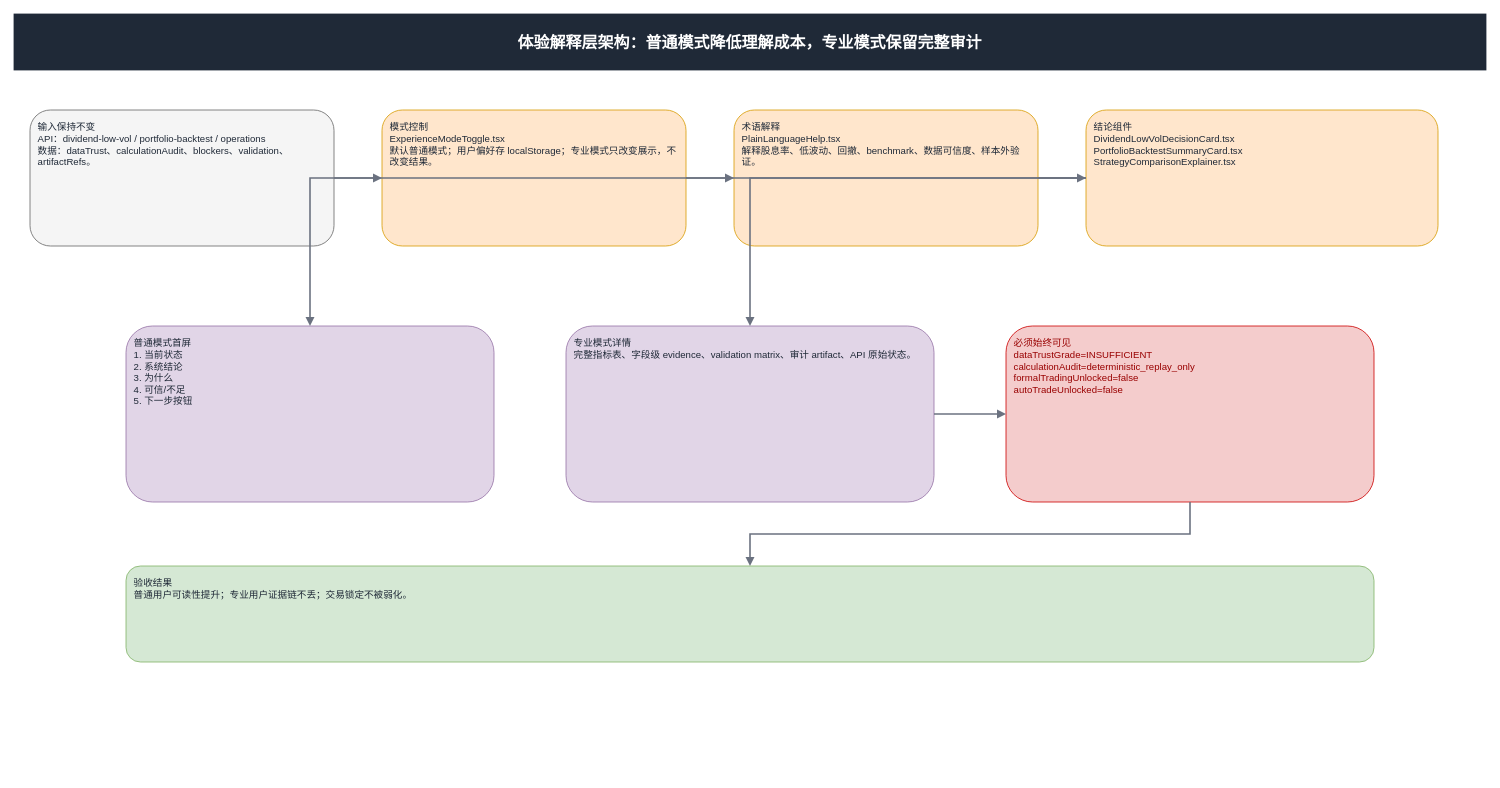
Earlier version of the draw.io diagram page "03 体验解释层架构" (3 of 8) of docs/target-architecture-gap.drawio (ljx418/FAMS). Source tidied: cells renumbered, new cells numbered last; positions are measured from the earlier drawing's top-left corner, leaving out a move shared by most shapes. Both pictures are drawn from the tidied source at 80%, with x=0, y=0 at pixel (14, 14).
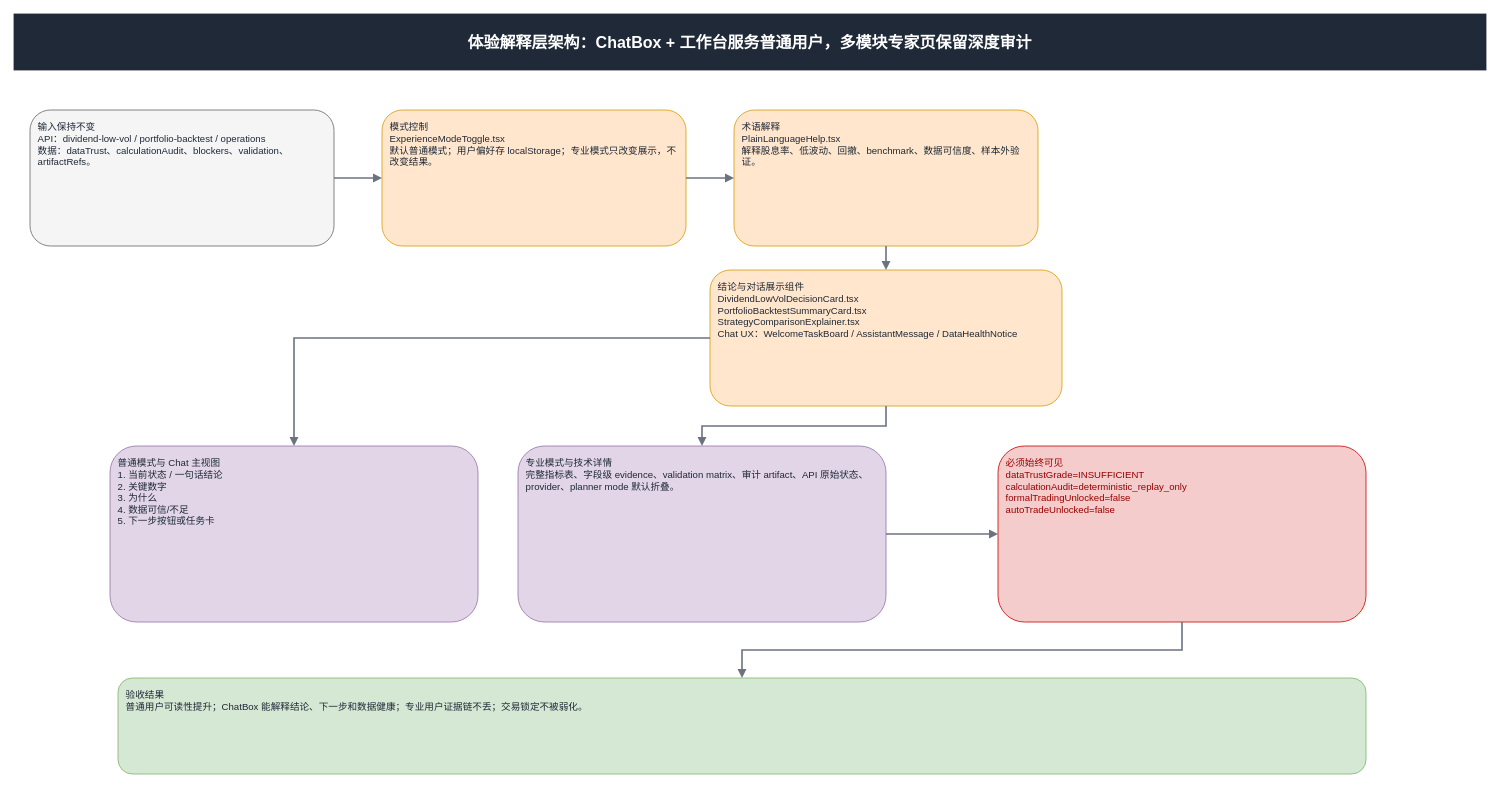
Above is the later version.

Diff of the diagram source:
```diff
@@
 <mxGraphModel>
   <root>
     <mxCell id="0" />
     <mxCell id="1" parent="0" />
-    <mxCell id="2" value="体验解释层架构：普通模式降低理解成本，专业模式保留完整审计" style="rounded=0;whiteSpace=wrap;html=1;fillColor=#1f2937;strokeColor=#1f2937;fontColor=#ffffff;fontStyle=1;fontSize=20;align=center;verticalAlign=middle;" parent="1" vertex="1">
+    <mxCell id="2" value="体验解释层架构：ChatBox + 工作台服务普通用户，多模块专家页保留深度审计" style="rounded=0;whiteSpace=wrap;html=1;fillColor=#1f2937;strokeColor=#1f2937;fontColor=#ffffff;fontStyle=1;fontSize=20;align=center;verticalAlign=middle;" parent="1" vertex="1">
       <mxGeometry width="1840" height="70" as="geometry" />
     </mxCell>
     <mxCell id="3" value="输入保持不变&#10;API：dividend-low-vol / portfolio-backtest / operations&#10;数据：dataTrust、calculationAudit、blockers、validation、artifactRefs。" style="rounded=1;whiteSpace=wrap;html=1;spacing=10;fontSize=12;align=left;verticalAlign=top;fillColor=#f5f5f5;strokeColor=#666666;fontColor=#1f2937;" parent="1" vertex="1">
       <mxGeometry x="20" y="120" width="380" height="170" as="geometry" />
     </mxCell>
     <mxCell id="4" value="模式控制&#10;ExperienceModeToggle.tsx&#10;默认普通模式；用户偏好存 localStorage；专业模式只改变展示，不改变结果。" style="rounded=1;whiteSpace=wrap;html=1;spacing=10;fontSize=12;align=left;verticalAlign=top;fillColor=#ffe6cc;strokeColor=#d79b00;fontColor=#1f2937;" parent="1" vertex="1">
       <mxGeometry x="460" y="120" width="380" height="170" as="geometry" />
     </mxCell>
     <mxCell id="5" value="术语解释&#10;PlainLanguageHelp.tsx&#10;解释股息率、低波动、回撤、benchmark、数据可信度、样本外验证。" style="rounded=1;whiteSpace=wrap;html=1;spacing=10;fontSize=12;align=left;verticalAlign=top;fillColor=#ffe6cc;strokeColor=#d79b00;fontColor=#1f2937;" parent="1" vertex="1">
       <mxGeometry x="900" y="120" width="380" height="170" as="geometry" />
     </mxCell>
-    <mxCell id="6" value="结论组件&#10;DividendLowVolDecisionCard.tsx&#10;PortfolioBacktestSummaryCard.tsx&#10;StrategyComparisonExplainer.tsx" style="rounded=1;whiteSpace=wrap;html=1;spacing=10;fontSize=12;align=left;verticalAlign=top;fillColor=#ffe6cc;strokeColor=#d79b00;fontColor=#1f2937;" parent="1" vertex="1">
-      <mxGeometry x="1340" y="120" width="440" height="170" as="geometry" />
+    <mxCell id="6" value="结论与对话展示组件&#10;DividendLowVolDecisionCard.tsx&#10;PortfolioBacktestSummaryCard.tsx&#10;StrategyComparisonExplainer.tsx&#10;Chat UX：WelcomeTaskBoard / AssistantMessage / DataHealthNotice" style="rounded=1;whiteSpace=wrap;html=1;spacing=10;fontSize=12;align=left;verticalAlign=top;fillColor=#ffe6cc;strokeColor=#d79b00;fontColor=#1f2937;" parent="1" vertex="1">
+      <mxGeometry x="870" y="320" width="440" height="170" as="geometry" />
     </mxCell>
-    <mxCell id="7" value="普通模式首屏&#10;1. 当前状态&#10;2. 系统结论&#10;3. 为什么&#10;4. 可信/不足&#10;5. 下一步按钮" style="rounded=1;whiteSpace=wrap;html=1;spacing=10;fontSize=12;align=left;verticalAlign=top;fillColor=#e1d5e7;strokeColor=#9673a6;fontColor=#1f2937;" parent="1" vertex="1">
-      <mxGeometry x="140" y="390" width="460" height="220" as="geometry" />
+    <mxCell id="7" value="普通模式与 Chat 主视图&#10;1. 当前状态 / 一句话结论&#10;2. 关键数字&#10;3. 为什么&#10;4. 数据可信/不足&#10;5. 下一步按钮或任务卡" style="rounded=1;whiteSpace=wrap;html=1;spacing=10;fontSize=12;align=left;verticalAlign=top;fillColor=#e1d5e7;strokeColor=#9673a6;fontColor=#1f2937;" parent="1" vertex="1">
+      <mxGeometry x="120" y="540" width="460" height="220" as="geometry" />
     </mxCell>
-    <mxCell id="8" value="专业模式详情&#10;完整指标表、字段级 evidence、validation matrix、审计 artifact、API 原始状态。" style="rounded=1;whiteSpace=wrap;html=1;spacing=10;fontSize=12;align=left;verticalAlign=top;fillColor=#e1d5e7;strokeColor=#9673a6;fontColor=#1f2937;" parent="1" vertex="1">
-      <mxGeometry x="690" y="390" width="460" height="220" as="geometry" />
+    <mxCell id="8" value="专业模式与技术详情&#10;完整指标表、字段级 evidence、validation matrix、审计 artifact、API 原始状态、provider、planner mode 默认折叠。" style="rounded=1;whiteSpace=wrap;html=1;spacing=10;fontSize=12;align=left;verticalAlign=top;fillColor=#e1d5e7;strokeColor=#9673a6;fontColor=#1f2937;" parent="1" vertex="1">
+      <mxGeometry x="630" y="540" width="460" height="220" as="geometry" />
     </mxCell>
     <mxCell id="9" value="必须始终可见&#10;dataTrustGrade=INSUFFICIENT&#10;calculationAudit=deterministic_replay_only&#10;formalTradingUnlocked=false&#10;autoTradeUnlocked=false" style="rounded=1;whiteSpace=wrap;html=1;spacing=10;fontSize=12;align=left;verticalAlign=top;fillColor=#f4cccc;strokeColor=#cc0000;fontColor=#990000;" parent="1" vertex="1">
-      <mxGeometry x="1240" y="390" width="460" height="220" as="geometry" />
+      <mxGeometry x="1230" y="540" width="460" height="220" as="geometry" />
     </mxCell>
-    <mxCell id="10" value="验收结果&#10;普通用户可读性提升；专业用户证据链不丢；交易锁定不被弱化。" style="rounded=1;whiteSpace=wrap;html=1;spacing=10;fontSize=12;align=left;verticalAlign=top;fillColor=#d5e8d4;strokeColor=#82b366;fontColor=#1f2937;" parent="1" vertex="1">
-      <mxGeometry x="140" y="690" width="1560" height="120" as="geometry" />
+    <mxCell id="10" value="验收结果&#10;普通用户可读性提升；ChatBox 能解释结论、下一步和数据健康；专业用户证据链不丢；交易锁定不被弱化。" style="rounded=1;whiteSpace=wrap;html=1;spacing=10;fontSize=12;align=left;verticalAlign=top;fillColor=#d5e8d4;strokeColor=#82b366;fontColor=#1f2937;" parent="1" vertex="1">
+      <mxGeometry x="130" y="830" width="1560" height="120" as="geometry" />
     </mxCell>
     <mxCell id="11" style="edgeStyle=orthogonalEdgeStyle;rounded=0;jettySize=auto;html=1;strokeColor=#6b7280;strokeWidth=2;endArrow=block;endFill=1;" parent="1" edge="1" source="3" target="4">
       <mxGeometry relative="1" as="geometry" />
     </mxCell>
     <mxCell id="12" style="edgeStyle=orthogonalEdgeStyle;rounded=0;jettySize=auto;html=1;strokeColor=#6b7280;strokeWidth=2;endArrow=block;endFill=1;" parent="1" edge="1" source="4" target="5">
       <mxGeometry relative="1" as="geometry" />
     </mxCell>
     <mxCell id="13" style="edgeStyle=orthogonalEdgeStyle;rounded=0;jettySize=auto;html=1;strokeColor=#6b7280;strokeWidth=2;endArrow=block;endFill=1;" parent="1" edge="1" source="5" target="6">
       <mxGeometry relative="1" as="geometry" />
     </mxCell>
     <mxCell id="14" style="edgeStyle=orthogonalEdgeStyle;rounded=0;jettySize=auto;html=1;strokeColor=#6b7280;strokeWidth=2;endArrow=block;endFill=1;" parent="1" edge="1" source="6" target="7">
       <mxGeometry relative="1" as="geometry" />
     </mxCell>
     <mxCell id="15" style="edgeStyle=orthogonalEdgeStyle;rounded=0;jettySize=auto;html=1;strokeColor=#6b7280;strokeWidth=2;endArrow=block;endFill=1;" parent="1" edge="1" source="6" target="8">
       <mxGeometry relative="1" as="geometry" />
     </mxCell>
     <mxCell id="16" style="edgeStyle=orthogonalEdgeStyle;rounded=0;jettySize=auto;html=1;strokeColor=#6b7280;strokeWidth=2;endArrow=block;endFill=1;" parent="1" edge="1" source="8" target="9">
       <mxGeometry relative="1" as="geometry" />
     </mxCell>
     <mxCell id="17" style="edgeStyle=orthogonalEdgeStyle;rounded=0;jettySize=auto;html=1;strokeColor=#6b7280;strokeWidth=2;endArrow=block;endFill=1;" parent="1" edge="1" source="9" target="10">
       <mxGeometry relative="1" as="geometry" />
     </mxCell>
   </root>
 </mxGraphModel>
```
